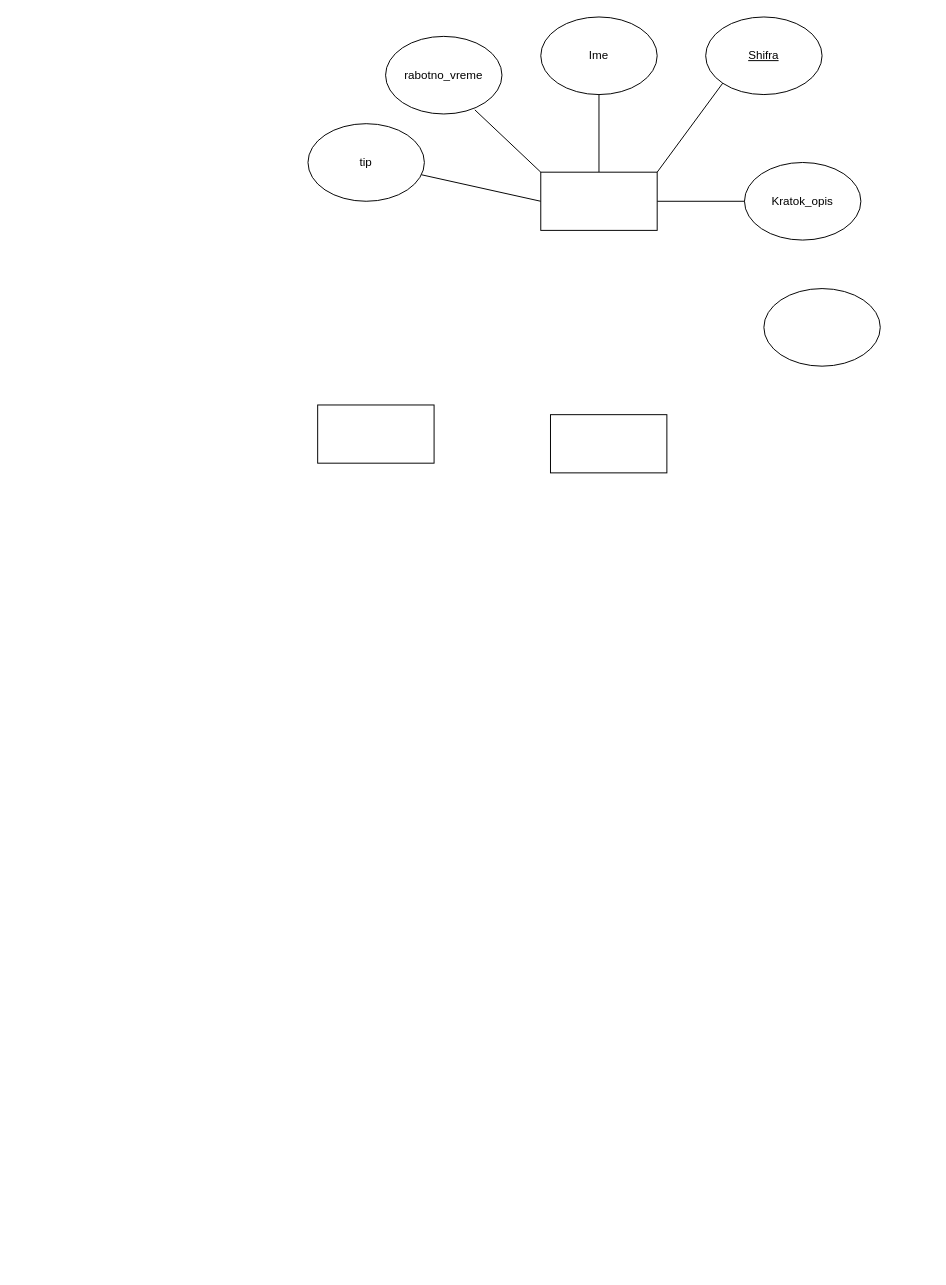
Above: Untitled Diagram.drawio in TamaraGeorgieva/BNP (draw.io), before the change. Source tidied: cells renumbered, new cells numbered last; positions are measured from the earlier drawing's top-left corner, leaving out a move shared by most shapes. Both pictures are drawn from the tidied source at 97%, with x=0, y=0 at pixel (307, 16).
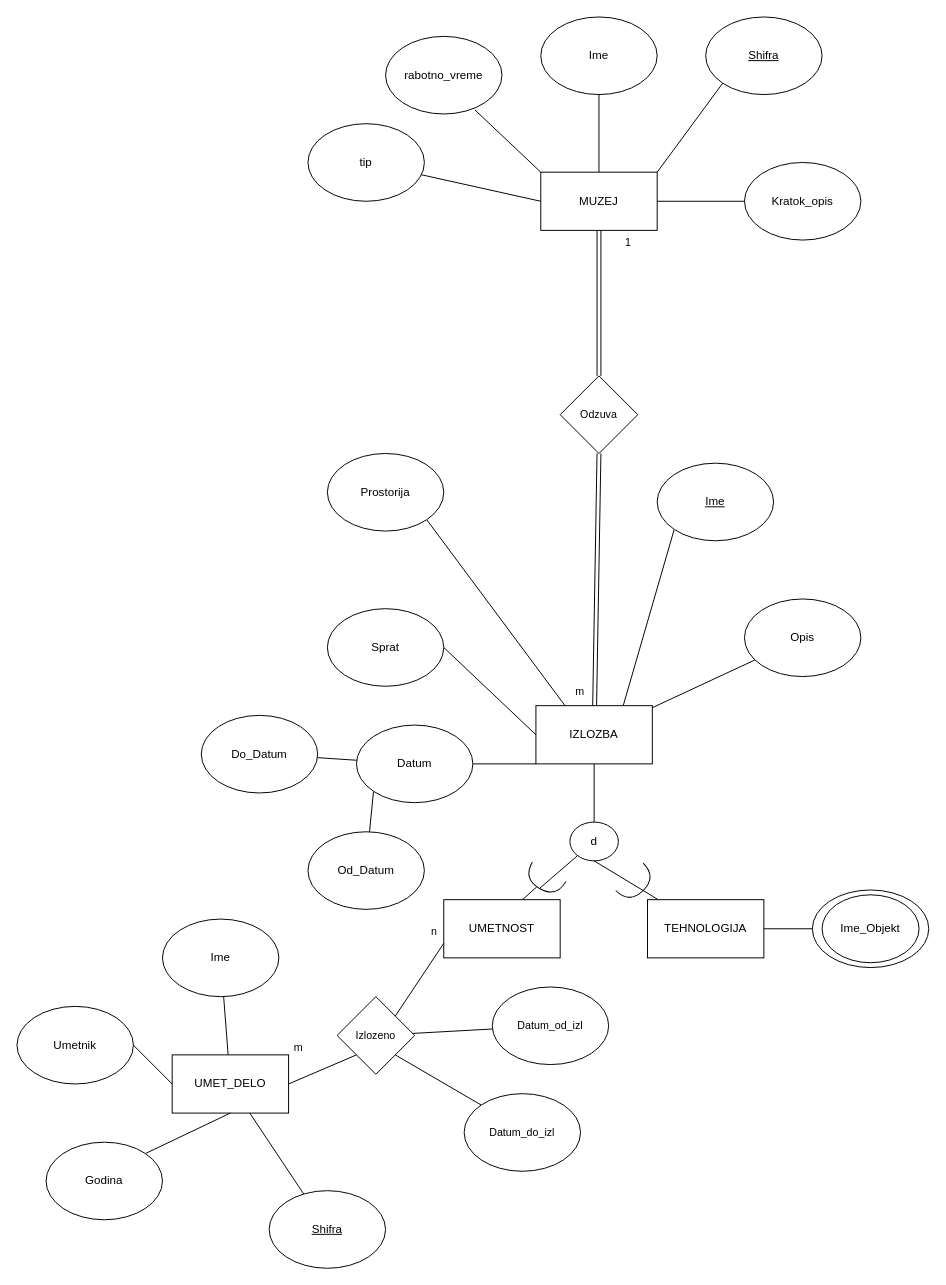
The same diagram, later.

What changed in the source:
```diff
@@
-    <mxCell id="2" style="ellipse;whiteSpace=wrap;html=1;" parent="1" vertex="1">
-      <mxGeometry x="470" y="280" width="120" height="80" as="geometry" />
-    </mxCell>
@@
+    <mxCell id="16" style="edgeStyle=none;shape=connector;rounded=0;jettySize=auto;html=1;exitX=0;exitY=1;exitDx=0;exitDy=0;strokeColor=default;align=center;verticalAlign=middle;fontFamily=Helvetica;fontSize=11;fontColor=default;labelBackgroundColor=default;endArrow=none;endFill=0;entryX=1;entryY=0.5;entryDx=0;entryDy=0;" parent="1" edge="1" source="9" target="27">
+      <mxGeometry relative="1" as="geometry" />
+    </mxCell>
+    <mxCell id="17" style="edgeStyle=none;shape=connector;rounded=0;jettySize=auto;html=1;exitX=0.5;exitY=1;exitDx=0;exitDy=0;strokeColor=default;align=center;verticalAlign=middle;fontFamily=Helvetica;fontSize=11;fontColor=default;labelBackgroundColor=default;endArrow=none;endFill=0;" parent="1" edge="1" source="9">
+      <mxGeometry relative="1" as="geometry">
+        <mxPoint x="295" y="840" as="targetPoint" />
+      </mxGeometry>
+    </mxCell>
-    <mxCell id="9" style="rounded=0;whiteSpace=wrap;html=1;" parent="1" vertex="1">
-      <mxGeometry x="250" y="410" width="120" height="60" as="geometry" />
+    <mxCell id="9" value="IZLOZBA" style="rounded=0;whiteSpace=wrap;html=1;" parent="1" vertex="1">
+      <mxGeometry x="235" y="710" width="120" height="60" as="geometry" />
     </mxCell>
-    <mxCell id="10" style="rounded=0;whiteSpace=wrap;html=1;" parent="1" vertex="1">
-      <mxGeometry x="10" y="400" width="120" height="60" as="geometry" />
-    </mxCell>
@@
-    <mxCell id="14" style="rounded=0;whiteSpace=wrap;html=1;" parent="1" vertex="1">
+    <mxCell id="14" value="MUZEJ" style="rounded=0;whiteSpace=wrap;html=1;" parent="1" vertex="1">
       <mxGeometry x="240" y="160" width="120" height="60" as="geometry" />
     </mxCell>
@@
+    <mxCell id="18" style="edgeStyle=none;shape=connector;rounded=0;jettySize=auto;html=1;exitX=0;exitY=1;exitDx=0;exitDy=0;entryX=0.75;entryY=0;entryDx=0;entryDy=0;strokeColor=default;align=center;verticalAlign=middle;fontFamily=Helvetica;fontSize=11;fontColor=default;labelBackgroundColor=default;endArrow=none;endFill=0;" parent="1" edge="1" source="19" target="9">
+      <mxGeometry relative="1" as="geometry" />
+    </mxCell>
+    <mxCell id="19" value="&lt;u&gt;Ime&lt;/u&gt;" style="ellipse;whiteSpace=wrap;html=1;" parent="1" vertex="1">
+      <mxGeometry x="360" y="460" width="120" height="80" as="geometry" />
+    </mxCell>
+    <mxCell id="20" style="edgeStyle=none;shape=connector;rounded=0;jettySize=auto;html=1;strokeColor=default;align=center;verticalAlign=middle;fontFamily=Helvetica;fontSize=11;fontColor=default;labelBackgroundColor=default;endArrow=none;endFill=0;" parent="1" edge="1" source="21" target="9">
+      <mxGeometry relative="1" as="geometry" />
+    </mxCell>
+    <mxCell id="21" value="Opis" style="ellipse;whiteSpace=wrap;html=1;" parent="1" vertex="1">
+      <mxGeometry x="450" y="600" width="120" height="80" as="geometry" />
+    </mxCell>
+    <mxCell id="22" style="edgeStyle=none;shape=connector;rounded=0;jettySize=auto;html=1;exitX=1;exitY=0.5;exitDx=0;exitDy=0;entryX=0;entryY=0.5;entryDx=0;entryDy=0;strokeColor=default;align=center;verticalAlign=middle;fontFamily=Helvetica;fontSize=11;fontColor=default;labelBackgroundColor=default;endArrow=none;endFill=0;" parent="1" edge="1" source="23" target="9">
+      <mxGeometry relative="1" as="geometry" />
+    </mxCell>
+    <mxCell id="23" value="Sprat" style="ellipse;whiteSpace=wrap;html=1;" parent="1" vertex="1">
+      <mxGeometry x="20" y="610" width="120" height="80" as="geometry" />
+    </mxCell>
+    <mxCell id="24" style="edgeStyle=none;shape=connector;rounded=0;jettySize=auto;html=1;exitX=1;exitY=1;exitDx=0;exitDy=0;entryX=0.25;entryY=0;entryDx=0;entryDy=0;strokeColor=default;align=center;verticalAlign=middle;fontFamily=Helvetica;fontSize=11;fontColor=default;labelBackgroundColor=default;endArrow=none;endFill=0;" parent="1" edge="1" source="25" target="9">
+      <mxGeometry relative="1" as="geometry" />
+    </mxCell>
+    <mxCell id="25" value="Prostorija" style="ellipse;whiteSpace=wrap;html=1;" parent="1" vertex="1">
+      <mxGeometry x="20" y="450" width="120" height="80" as="geometry" />
+    </mxCell>
+    <mxCell id="26" style="edgeStyle=none;shape=connector;rounded=0;jettySize=auto;html=1;exitX=0;exitY=1;exitDx=0;exitDy=0;strokeColor=default;align=center;verticalAlign=middle;fontFamily=Helvetica;fontSize=11;fontColor=default;labelBackgroundColor=default;endArrow=none;endFill=0;" parent="1" edge="1" source="27" target="28">
+      <mxGeometry relative="1" as="geometry" />
+    </mxCell>
+    <mxCell id="27" value="Datum" style="ellipse;whiteSpace=wrap;html=1;" parent="1" vertex="1">
+      <mxGeometry x="50" y="730" width="120" height="80" as="geometry" />
+    </mxCell>
+    <mxCell id="28" value="Od_Datum" style="ellipse;whiteSpace=wrap;html=1;" parent="1" vertex="1">
+      <mxGeometry y="840" width="120" height="80" as="geometry" />
+    </mxCell>
+    <mxCell id="29" style="edgeStyle=none;shape=connector;rounded=0;jettySize=auto;html=1;strokeColor=default;align=center;verticalAlign=middle;fontFamily=Helvetica;fontSize=11;fontColor=default;labelBackgroundColor=default;endArrow=none;endFill=0;" parent="1" edge="1" source="30" target="27">
+      <mxGeometry relative="1" as="geometry" />
+    </mxCell>
+    <mxCell id="30" value="Do_Datum" style="ellipse;whiteSpace=wrap;html=1;" parent="1" vertex="1">
+      <mxGeometry x="-110" y="720" width="120" height="80" as="geometry" />
+    </mxCell>
+    <mxCell id="31" style="edgeStyle=none;shape=connector;rounded=0;jettySize=auto;html=1;exitX=1;exitY=0.5;exitDx=0;exitDy=0;strokeColor=default;align=center;verticalAlign=middle;fontFamily=Helvetica;fontSize=11;fontColor=default;labelBackgroundColor=default;endArrow=none;endFill=0;exitPerimeter=0;" parent="1" edge="1" source="65" target="34">
+      <mxGeometry relative="1" as="geometry" />
+    </mxCell>
+    <mxCell id="32" style="edgeStyle=none;shape=connector;rounded=0;jettySize=auto;html=1;strokeColor=default;align=center;verticalAlign=middle;fontFamily=Helvetica;fontSize=11;fontColor=default;labelBackgroundColor=default;endArrow=none;endFill=0;" parent="1" edge="1" source="63">
+      <mxGeometry relative="1" as="geometry">
+        <mxPoint x="210" y="920" as="targetPoint" />
+      </mxGeometry>
+    </mxCell>
+    <mxCell id="33" value="d" style="ellipse;whiteSpace=wrap;html=1;" parent="1" vertex="1">
+      <mxGeometry x="270" y="830" width="50" height="40" as="geometry" />
+    </mxCell>
+    <mxCell id="34" value="TEHNOLOGIJA" style="rounded=0;whiteSpace=wrap;html=1;" parent="1" vertex="1">
+      <mxGeometry x="350" y="910" width="120" height="60" as="geometry" />
+    </mxCell>
+    <mxCell id="35" value="UMETNOST" style="rounded=0;whiteSpace=wrap;html=1;" parent="1" vertex="1">
+      <mxGeometry x="140" y="910" width="120" height="60" as="geometry" />
+    </mxCell>
+    <mxCell id="36" style="edgeStyle=none;shape=connector;rounded=0;jettySize=auto;html=1;strokeColor=default;align=center;verticalAlign=middle;fontFamily=Helvetica;fontSize=11;fontColor=default;labelBackgroundColor=default;endArrow=none;endFill=0;" parent="1" edge="1" source="38" target="34">
+      <mxGeometry relative="1" as="geometry" />
+    </mxCell>
+    <mxCell id="37" style="ellipse;whiteSpace=wrap;html=1;" parent="1" vertex="1">
+      <mxGeometry x="520" y="900" width="120" height="80" as="geometry" />
+    </mxCell>
+    <mxCell id="38" value="Ime_Objekt" style="ellipse;whiteSpace=wrap;html=1;" parent="1" vertex="1">
+      <mxGeometry x="530" y="905" width="100" height="70" as="geometry" />
+    </mxCell>
+    <mxCell id="39" style="edgeStyle=none;shape=connector;rounded=0;jettySize=auto;html=1;strokeColor=default;align=center;verticalAlign=middle;fontFamily=Helvetica;fontSize=11;fontColor=default;labelBackgroundColor=default;endArrow=none;endFill=0;" parent="1" edge="1" source="40" target="43">
+      <mxGeometry relative="1" as="geometry" />
+    </mxCell>
+    <mxCell id="40" value="UMET_DELO" style="rounded=0;whiteSpace=wrap;html=1;" parent="1" vertex="1">
+      <mxGeometry x="-140" y="1070" width="120" height="60" as="geometry" />
+    </mxCell>
+    <mxCell id="41" style="edgeStyle=none;shape=connector;rounded=0;jettySize=auto;html=1;strokeColor=default;align=center;verticalAlign=middle;fontFamily=Helvetica;fontSize=11;fontColor=default;labelBackgroundColor=default;endArrow=none;endFill=0;" parent="1" edge="1" source="42" target="40">
+      <mxGeometry relative="1" as="geometry" />
+    </mxCell>
+    <mxCell id="42" value="&lt;u&gt;Shifra&lt;/u&gt;" style="ellipse;whiteSpace=wrap;html=1;" parent="1" vertex="1">
+      <mxGeometry x="-40" y="1210" width="120" height="80" as="geometry" />
+    </mxCell>
+    <mxCell id="43" value="Ime" style="ellipse;whiteSpace=wrap;html=1;" parent="1" vertex="1">
+      <mxGeometry x="-150" y="930" width="120" height="80" as="geometry" />
+    </mxCell>
+    <mxCell id="44" style="edgeStyle=none;shape=connector;rounded=0;jettySize=auto;html=1;exitX=1;exitY=0.5;exitDx=0;exitDy=0;entryX=0;entryY=0.5;entryDx=0;entryDy=0;strokeColor=default;align=center;verticalAlign=middle;fontFamily=Helvetica;fontSize=11;fontColor=default;labelBackgroundColor=default;endArrow=none;endFill=0;" parent="1" edge="1" source="45" target="40">
+      <mxGeometry relative="1" as="geometry" />
+    </mxCell>
+    <mxCell id="45" value="Umetnik" style="ellipse;whiteSpace=wrap;html=1;" parent="1" vertex="1">
+      <mxGeometry x="-300" y="1020" width="120" height="80" as="geometry" />
+    </mxCell>
+    <mxCell id="46" style="edgeStyle=none;shape=connector;rounded=0;jettySize=auto;html=1;exitX=1;exitY=0;exitDx=0;exitDy=0;entryX=0.5;entryY=1;entryDx=0;entryDy=0;strokeColor=default;align=center;verticalAlign=middle;fontFamily=Helvetica;fontSize=11;fontColor=default;labelBackgroundColor=default;endArrow=none;endFill=0;" parent="1" edge="1" source="47" target="40">
+      <mxGeometry relative="1" as="geometry" />
+    </mxCell>
+    <mxCell id="47" value="Godina" style="ellipse;whiteSpace=wrap;html=1;" parent="1" vertex="1">
+      <mxGeometry x="-270" y="1160" width="120" height="80" as="geometry" />
+    </mxCell>
+    <mxCell id="48" style="edgeStyle=none;shape=connector;rounded=0;jettySize=auto;html=1;exitX=1;exitY=0;exitDx=0;exitDy=0;entryX=0;entryY=0.75;entryDx=0;entryDy=0;strokeColor=default;align=center;verticalAlign=middle;fontFamily=Helvetica;fontSize=11;fontColor=default;labelBackgroundColor=default;endArrow=none;endFill=0;" parent="1" edge="1" source="51" target="35">
+      <mxGeometry relative="1" as="geometry" />
+    </mxCell>
+    <mxCell id="49" style="edgeStyle=none;shape=connector;rounded=0;jettySize=auto;html=1;exitX=0;exitY=1;exitDx=0;exitDy=0;entryX=1;entryY=0.5;entryDx=0;entryDy=0;strokeColor=default;align=center;verticalAlign=middle;fontFamily=Helvetica;fontSize=11;fontColor=default;labelBackgroundColor=default;endArrow=none;endFill=0;" parent="1" edge="1" source="51" target="40">
+      <mxGeometry relative="1" as="geometry" />
+    </mxCell>
+    <mxCell id="50" style="edgeStyle=none;shape=connector;rounded=0;jettySize=auto;html=1;strokeColor=default;align=center;verticalAlign=middle;fontFamily=Helvetica;fontSize=11;fontColor=default;labelBackgroundColor=default;endArrow=none;endFill=0;" parent="1" edge="1" source="51" target="54">
+      <mxGeometry relative="1" as="geometry" />
+    </mxCell>
+    <mxCell id="51" value="Izlozeno" style="rhombus;whiteSpace=wrap;html=1;fontFamily=Helvetica;fontSize=11;fontColor=default;labelBackgroundColor=default;" parent="1" vertex="1">
+      <mxGeometry x="30" y="1010" width="80" height="80" as="geometry" />
+    </mxCell>
+    <mxCell id="52" value="m" style="text;html=1;align=center;verticalAlign=middle;strokeColor=none;fillColor=none;fontFamily=Helvetica;fontSize=11;fontColor=default;labelBackgroundColor=default;" parent="1" vertex="1">
+      <mxGeometry x="-25" y="1048" width="30" height="30" as="geometry" />
+    </mxCell>
+    <mxCell id="53" value="n" style="text;html=1;align=center;verticalAlign=middle;strokeColor=none;fillColor=none;fontFamily=Helvetica;fontSize=11;fontColor=default;labelBackgroundColor=default;" parent="1" vertex="1">
+      <mxGeometry x="115" y="928" width="30" height="30" as="geometry" />
+    </mxCell>
+    <mxCell id="54" value="Datum_od_izl" style="ellipse;whiteSpace=wrap;html=1;fontSize=11;labelBackgroundColor=default;" parent="1" vertex="1">
+      <mxGeometry x="190" y="1000" width="120" height="80" as="geometry" />
+    </mxCell>
+    <mxCell id="55" style="edgeStyle=none;shape=connector;rounded=0;jettySize=auto;html=1;strokeColor=default;align=center;verticalAlign=middle;fontFamily=Helvetica;fontSize=11;fontColor=default;labelBackgroundColor=default;endArrow=none;endFill=0;exitX=1;exitY=1;exitDx=0;exitDy=0;entryX=0;entryY=0;entryDx=0;entryDy=0;" parent="1" edge="1" source="51" target="56">
+      <mxGeometry relative="1" as="geometry" />
+    </mxCell>
+    <mxCell id="56" value="Datum_do_izl" style="ellipse;whiteSpace=wrap;html=1;fontSize=11;labelBackgroundColor=default;" parent="1" vertex="1">
+      <mxGeometry x="161" y="1110" width="120" height="80" as="geometry" />
+    </mxCell>
+    <mxCell id="57" style="edgeStyle=none;shape=link;rounded=0;jettySize=auto;html=1;exitX=0.5;exitY=0;exitDx=0;exitDy=0;entryX=0.5;entryY=1;entryDx=0;entryDy=0;strokeColor=default;align=center;verticalAlign=middle;fontFamily=Helvetica;fontSize=11;fontColor=default;labelBackgroundColor=default;endArrow=none;endFill=0;" parent="1" edge="1" source="58" target="14">
+      <mxGeometry relative="1" as="geometry" />
+    </mxCell>
+    <mxCell id="58" value="Odzuva" style="rhombus;whiteSpace=wrap;html=1;fontFamily=Helvetica;fontSize=11;fontColor=default;labelBackgroundColor=default;" parent="1" vertex="1">
+      <mxGeometry x="260" y="370" width="80" height="80" as="geometry" />
+    </mxCell>
+    <mxCell id="59" style="edgeStyle=none;shape=link;rounded=0;jettySize=auto;html=1;exitX=0.5;exitY=1;exitDx=0;exitDy=0;strokeColor=default;align=center;verticalAlign=middle;fontFamily=Helvetica;fontSize=11;fontColor=default;labelBackgroundColor=default;endArrow=none;endFill=0;" parent="1" edge="1" source="58" target="9">
+      <mxGeometry relative="1" as="geometry" />
+    </mxCell>
+    <mxCell id="60" value="1" style="text;html=1;align=center;verticalAlign=middle;strokeColor=none;fillColor=none;fontFamily=Helvetica;fontSize=11;fontColor=default;labelBackgroundColor=default;" parent="1" vertex="1">
+      <mxGeometry x="315" y="218" width="30" height="30" as="geometry" />
+    </mxCell>
+    <mxCell id="61" value="m" style="text;html=1;align=center;verticalAlign=middle;strokeColor=none;fillColor=none;fontFamily=Helvetica;fontSize=11;fontColor=default;labelBackgroundColor=default;" parent="1" vertex="1">
+      <mxGeometry x="265" y="680" width="30" height="30" as="geometry" />
+    </mxCell>
+    <mxCell id="62" style="edgeStyle=none;shape=connector;rounded=0;jettySize=auto;html=1;strokeColor=default;align=center;verticalAlign=middle;fontFamily=Helvetica;fontSize=11;fontColor=default;labelBackgroundColor=default;endArrow=none;endFill=0;entryX=1;entryY=0.5;entryDx=0;entryDy=0;entryPerimeter=0;" parent="1" edge="1" source="33" target="63">
+      <mxGeometry relative="1" as="geometry" />
+    </mxCell>
+    <mxCell id="63" style="shape=requiredInterface;html=1;verticalLabelPosition=bottom;sketch=0;fontFamily=Helvetica;fontSize=11;fontColor=default;labelBackgroundColor=default;rotation=120;" parent="1" vertex="1">
+      <mxGeometry x="233.7" y="869.8" width="20" height="40" as="geometry" />
+    </mxCell>
+    <mxCell id="64" style="edgeStyle=none;shape=connector;rounded=0;jettySize=auto;html=1;exitX=0.5;exitY=1;exitDx=0;exitDy=0;strokeColor=default;align=center;verticalAlign=middle;fontFamily=Helvetica;fontSize=11;fontColor=default;labelBackgroundColor=default;endArrow=none;endFill=0;entryX=1;entryY=0.5;entryDx=0;entryDy=0;entryPerimeter=0;" parent="1" edge="1" source="33" target="65">
+      <mxGeometry relative="1" as="geometry" />
+    </mxCell>
+    <mxCell id="65" style="shape=requiredInterface;html=1;verticalLabelPosition=bottom;sketch=0;fontFamily=Helvetica;fontSize=11;fontColor=default;labelBackgroundColor=default;rotation=45;" parent="1" vertex="1">
+      <mxGeometry x="328.5" y="873.5" width="20" height="40" as="geometry" />
+    </mxCell>
```
